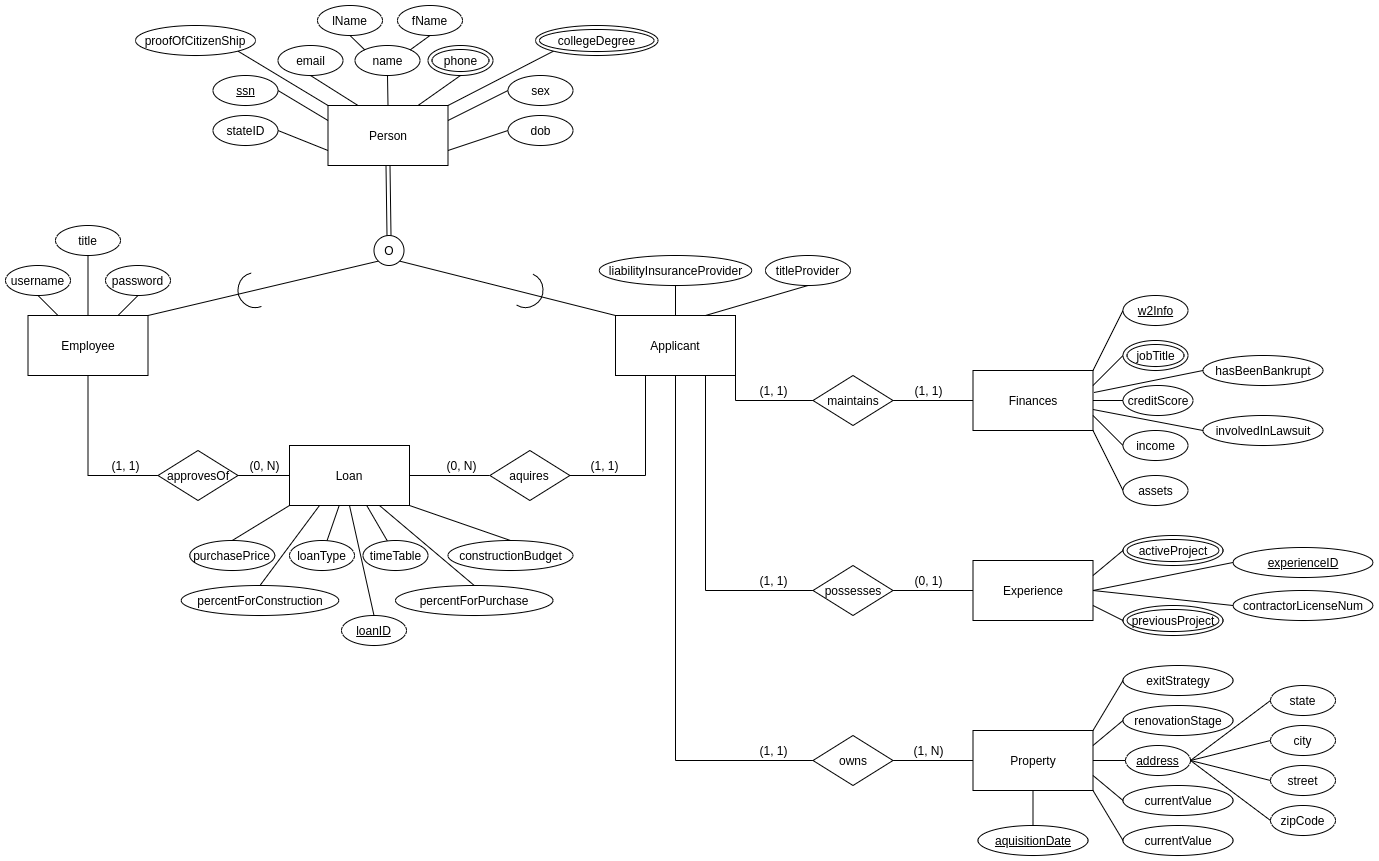
This is ERD/hardLenderEERD.png from joshuashevitz/HardMoneyLender-DB-and-WP, a draw.io export, as it was before one commit. Source tidied: cells renumbered, new cells last; positions are measured from the earlier drawing's top-left corner, leaving out a move shared by most shapes.
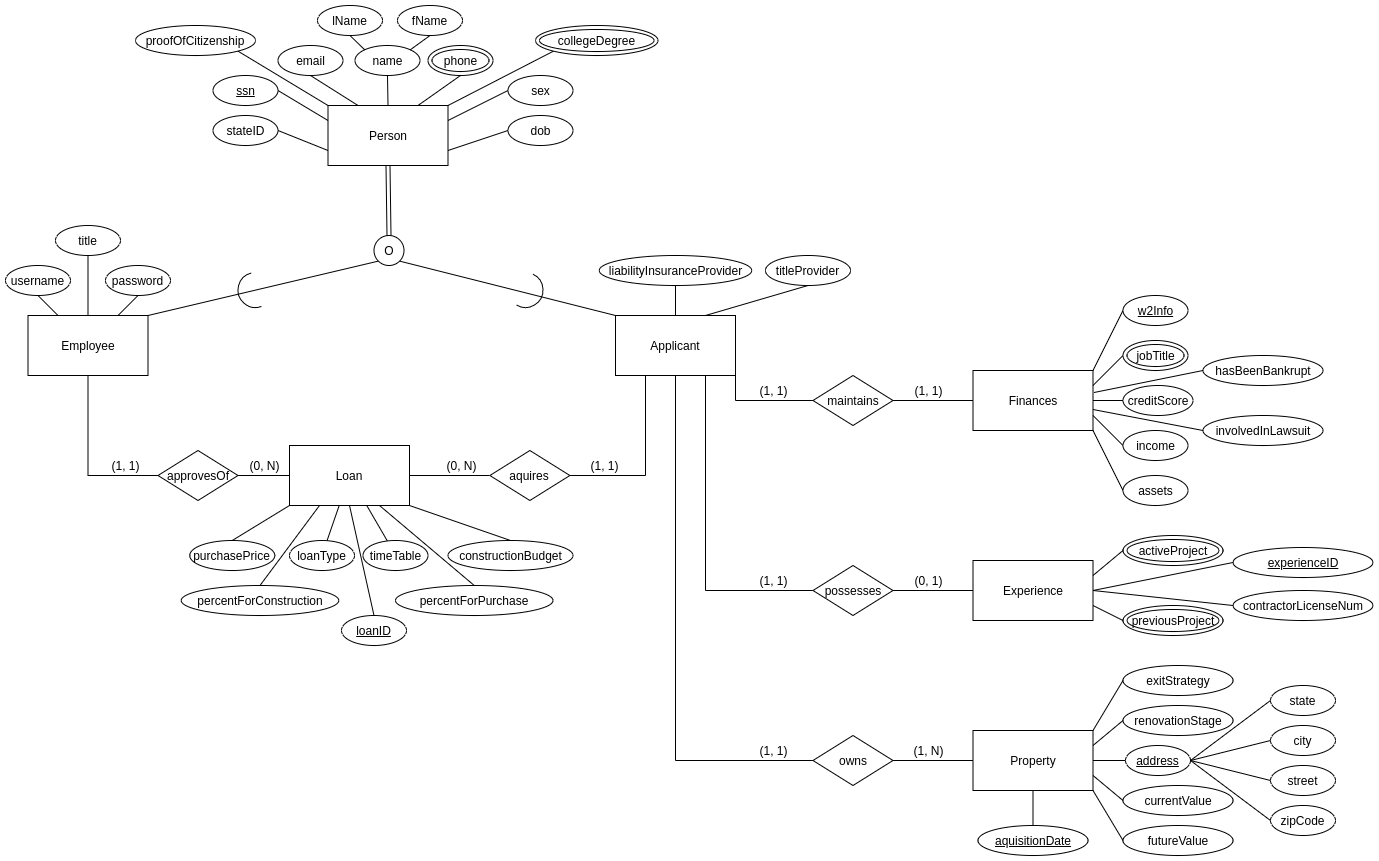
Later version of the same file.

Commit message:
Corrected Typos

Change to the diagram source:
```diff
@@ -65,7 +65,7 @@
     <mxCell id="22" style="edgeStyle=none;rounded=0;jettySize=auto;html=1;exitX=1;exitY=1;exitDx=0;exitDy=0;entryX=0;entryY=0;entryDx=0;entryDy=0;endArrow=none;endFill=0;" parent="1" edge="1" source="23" target="3">
       <mxGeometry relative="1" as="geometry" />
     </mxCell>
-    <mxCell id="23" value="proofOfCitizenShip" style="ellipse;whiteSpace=wrap;html=1;" parent="1" vertex="1">
+    <mxCell id="23" value="proofOfCitizenship" style="ellipse;whiteSpace=wrap;html=1;" parent="1" vertex="1">
       <mxGeometry x="130" y="20" width="120" height="30" as="geometry" />
     </mxCell>
     <mxCell id="24" style="edgeStyle=none;rounded=0;jettySize=auto;html=1;exitX=0;exitY=1;exitDx=0;exitDy=0;entryX=1;entryY=0;entryDx=0;entryDy=0;endArrow=none;endFill=0;" parent="1" edge="1" source="25" target="3">
@@ -236,7 +236,7 @@
     <mxCell id="79" style="edgeStyle=none;rounded=0;jettySize=auto;html=1;exitX=0;exitY=0.5;exitDx=0;exitDy=0;entryX=1;entryY=1;entryDx=0;entryDy=0;endArrow=none;endFill=0;" parent="1" edge="1" source="80" target="52">
       <mxGeometry relative="1" as="geometry" />
     </mxCell>
-    <mxCell id="80" value="currentValue" style="ellipse;whiteSpace=wrap;html=1;" parent="1" vertex="1">
+    <mxCell id="80" value="futureValue" style="ellipse;whiteSpace=wrap;html=1;" parent="1" vertex="1">
       <mxGeometry x="1117.5" y="820" width="110" height="30" as="geometry" />
     </mxCell>
     <mxCell id="81" style="edgeStyle=none;rounded=0;jettySize=auto;html=1;exitX=0;exitY=0.5;exitDx=0;exitDy=0;endArrow=none;endFill=0;entryX=1;entryY=0.5;entryDx=0;entryDy=0;" parent="1" edge="1" source="82" target="72">
```
